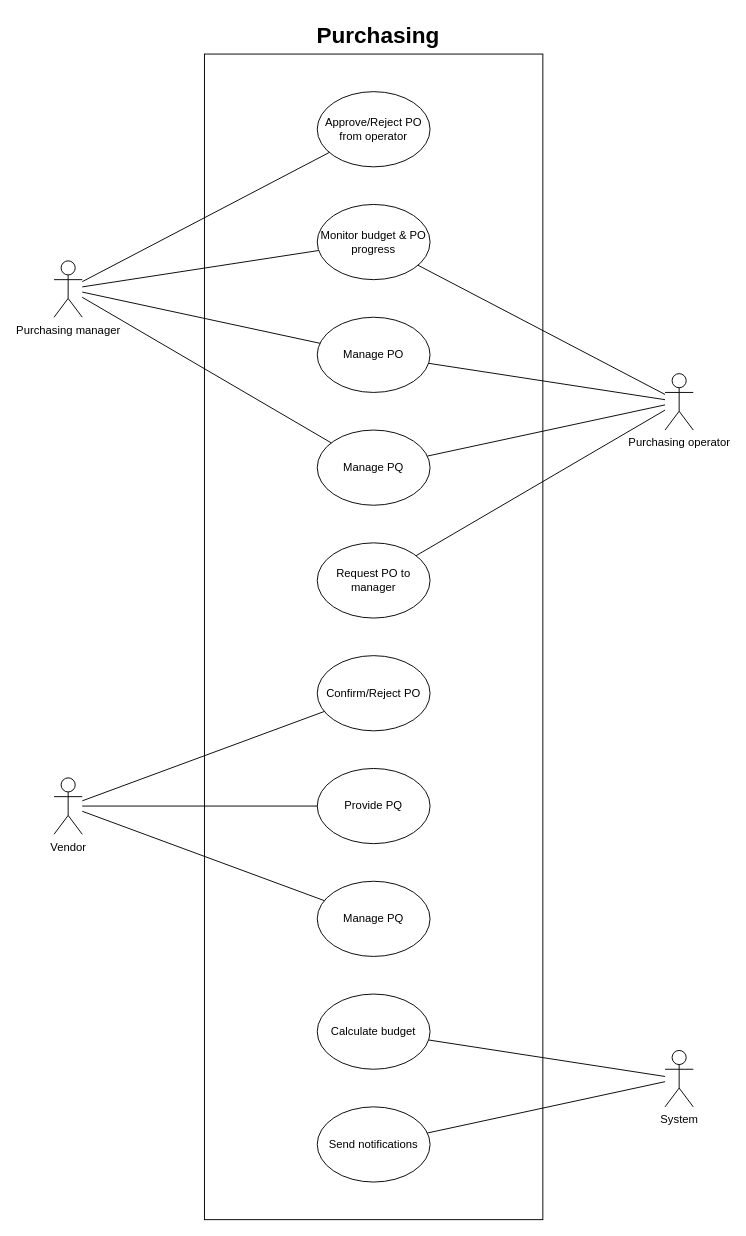
This is page "Purchasing" (2 of 3) of inflow/use-case.drawio from dinhquanelv/ypp4-documents, a draw.io file, before an edit. Source tidied: cells renumbered, new cells numbered last; positions are measured from the earlier drawing's top-left corner, leaving out a move shared by most shapes. Both pictures are drawn from the tidied source at 94%, with x=0, y=0 at pixel (54, 16).
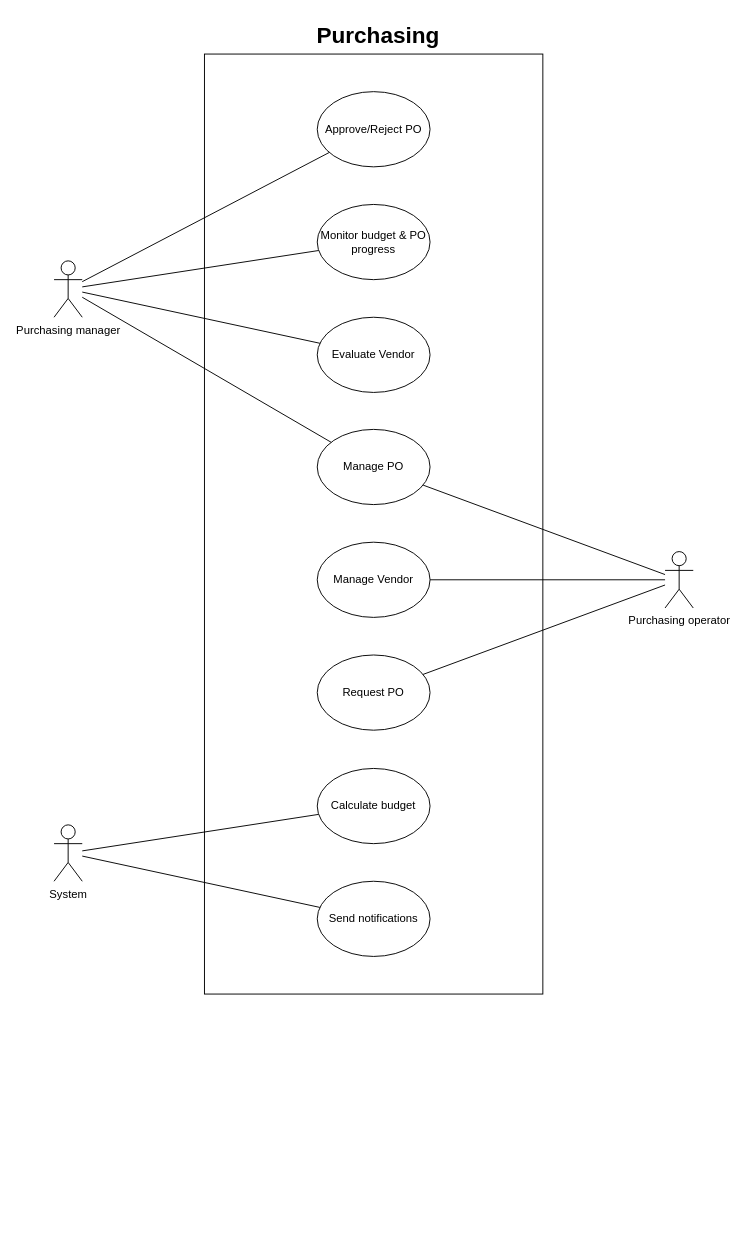
After the change.

Unchanged cells that the change refers to:
```xml
<mxCell id="3" value="&lt;div&gt;Purchasing manager&lt;/div&gt;" style="shape=umlActor;verticalLabelPosition=bottom;verticalAlign=top;html=1;outlineConnect=0;" parent="1" vertex="1">
  <mxGeometry y="260" width="30" height="60" as="geometry" />
</mxCell>
<mxCell id="8" value="&lt;div&gt;Monitor budget &amp;amp; PO progress&lt;/div&gt;" style="ellipse;whiteSpace=wrap;html=1;" parent="1" vertex="1">
  <mxGeometry x="280" y="200" width="120" height="80" as="geometry" />
</mxCell>
```

The edit, as a diff of the source:
```diff
@@
     <mxCell id="2" style="rounded=0;whiteSpace=wrap;html=1;fillColor=none;" parent="1" vertex="1">
-      <mxGeometry x="160" y="40" width="360" height="1240" as="geometry" />
+      <mxGeometry x="160" y="40" width="360" height="1000" as="geometry" />
     </mxCell>
@@
     <mxCell id="4" value="&lt;div&gt;Purchasing operator&lt;/div&gt;" style="shape=umlActor;verticalLabelPosition=bottom;verticalAlign=top;html=1;outlineConnect=0;" parent="1" vertex="1">
-      <mxGeometry x="650" y="380" width="30" height="60" as="geometry" />
+      <mxGeometry x="650" y="569.3" width="30" height="60" as="geometry" />
     </mxCell>
-    <mxCell id="5" value="&lt;div&gt;Vendor&lt;/div&gt;" style="shape=umlActor;verticalLabelPosition=bottom;verticalAlign=top;html=1;outlineConnect=0;" parent="1" vertex="1">
-      <mxGeometry y="810" width="30" height="60" as="geometry" />
-    </mxCell>
     <mxCell id="6" value="&lt;div&gt;System&lt;/div&gt;" style="shape=umlActor;verticalLabelPosition=bottom;verticalAlign=top;html=1;outlineConnect=0;" parent="1" vertex="1">
-      <mxGeometry x="650" y="1100" width="30" height="60" as="geometry" />
+      <mxGeometry y="860" width="30" height="60" as="geometry" />
     </mxCell>
-    <mxCell id="7" value="&lt;div&gt;Approve/Reject PO from operator&lt;/div&gt;" style="ellipse;whiteSpace=wrap;html=1;" parent="1" vertex="1">
+    <mxCell id="7" value="&lt;div&gt;Approve/Reject PO&lt;/div&gt;" style="ellipse;whiteSpace=wrap;html=1;" parent="1" vertex="1">
       <mxGeometry x="280" y="80" width="120" height="80" as="geometry" />
     </mxCell>
@@
-    <mxCell id="9" value="&lt;div&gt;Request PO to manager&lt;/div&gt;" style="ellipse;whiteSpace=wrap;html=1;" parent="1" vertex="1">
-      <mxGeometry x="280" y="560" width="120" height="80" as="geometry" />
+    <mxCell id="9" value="&lt;div&gt;Request PO&lt;/div&gt;" style="ellipse;whiteSpace=wrap;html=1;" parent="1" vertex="1">
+      <mxGeometry x="280" y="679.3" width="120" height="80" as="geometry" />
     </mxCell>
-    <mxCell id="10" value="&lt;div&gt;Manage PQ&lt;/div&gt;" style="ellipse;whiteSpace=wrap;html=1;" parent="1" vertex="1">
-      <mxGeometry x="280" y="440" width="120" height="80" as="geometry" />
+    <mxCell id="10" value="&lt;div&gt;Manage Vendor&lt;/div&gt;" style="ellipse;whiteSpace=wrap;html=1;" parent="1" vertex="1">
+      <mxGeometry x="280" y="559.3" width="120" height="80" as="geometry" />
     </mxCell>
-    <mxCell id="11" value="&lt;div&gt;Provide PQ&lt;/div&gt;" style="ellipse;whiteSpace=wrap;html=1;" parent="1" vertex="1">
-      <mxGeometry x="280" y="800" width="120" height="80" as="geometry" />
-    </mxCell>
-    <mxCell id="12" value="&lt;div&gt;Manage PQ&lt;/div&gt;" style="ellipse;whiteSpace=wrap;html=1;" parent="1" vertex="1">
-      <mxGeometry x="280" y="920" width="120" height="80" as="geometry" />
-    </mxCell>
     <mxCell id="13" value="&lt;div&gt;Manage PO&lt;/div&gt;" style="ellipse;whiteSpace=wrap;html=1;" parent="1" vertex="1">
-      <mxGeometry x="280" y="320" width="120" height="80" as="geometry" />
+      <mxGeometry x="280" y="439.3" width="120" height="80" as="geometry" />
     </mxCell>
-    <mxCell id="14" value="&lt;div&gt;Confirm/Reject PO&lt;/div&gt;" style="ellipse;whiteSpace=wrap;html=1;" parent="1" vertex="1">
-      <mxGeometry x="280" y="680" width="120" height="80" as="geometry" />
-    </mxCell>
@@
-    <mxCell id="18" style="endArrow=none;html=1;rounded=0;" parent="1" edge="1" source="8" target="4">
-      <mxGeometry relative="1" as="geometry" />
-    </mxCell>
@@
-    <mxCell id="20" style="endArrow=none;html=1;rounded=0;" parent="1" edge="1" source="5" target="14">
-      <mxGeometry relative="1" as="geometry" />
-    </mxCell>
@@
-    <mxCell id="24" style="endArrow=none;html=1;rounded=0;" parent="1" edge="1" source="3" target="10">
-      <mxGeometry relative="1" as="geometry" />
-    </mxCell>
-    <mxCell id="25" style="endArrow=none;html=1;rounded=0;" parent="1" edge="1" source="5" target="11">
-      <mxGeometry relative="1" as="geometry" />
-    </mxCell>
-    <mxCell id="26" style="endArrow=none;html=1;rounded=0;" parent="1" edge="1" source="5" target="12">
-      <mxGeometry relative="1" as="geometry" />
-    </mxCell>
     <mxCell id="27" value="&lt;div&gt;Calculate budget&lt;/div&gt;" style="ellipse;whiteSpace=wrap;html=1;" parent="1" vertex="1">
-      <mxGeometry x="280" y="1040" width="120" height="80" as="geometry" />
+      <mxGeometry x="280" y="800" width="120" height="80" as="geometry" />
     </mxCell>
     <mxCell id="28" value="&lt;div&gt;Send notifications&lt;/div&gt;" style="ellipse;whiteSpace=wrap;html=1;" parent="1" vertex="1">
-      <mxGeometry x="280" y="1160" width="120" height="80" as="geometry" />
+      <mxGeometry x="280" y="920" width="120" height="80" as="geometry" />
     </mxCell>
@@
+    <mxCell id="31" value="&lt;div&gt;Evaluate Vendor&lt;/div&gt;" style="ellipse;whiteSpace=wrap;html=1;" parent="1" vertex="1">
+      <mxGeometry x="280" y="320" width="120" height="80" as="geometry" />
+    </mxCell>
+    <mxCell id="32" style="endArrow=none;html=1;rounded=0;" parent="1" edge="1" source="3" target="31">
+      <mxGeometry relative="1" as="geometry" />
+    </mxCell>
```
